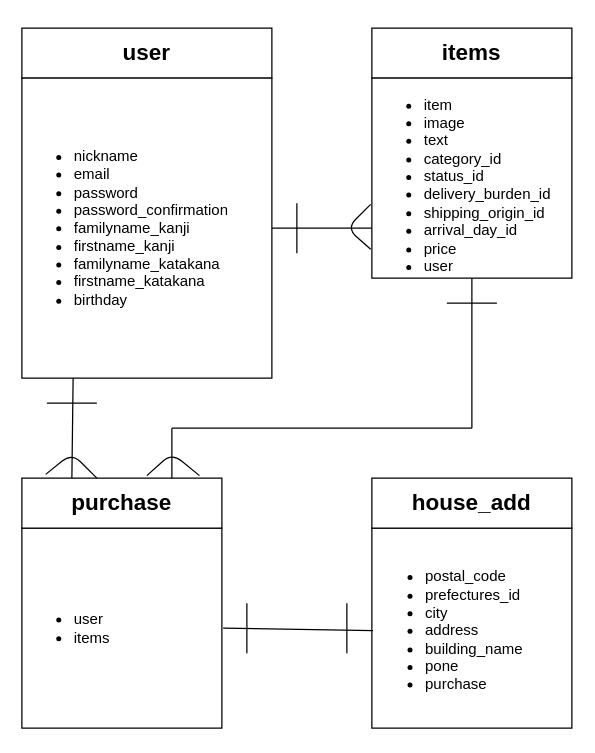
This is furima.drawio from teruan777/furima_28422, a draw.io file, before an edit. Source tidied: cells renumbered, new cells numbered last; positions are measured from the earlier drawing's top-left corner, leaving out a move shared by most shapes. Both pictures are drawn from the tidied source at 125%, with x=0, y=0 at pixel (21, 28).
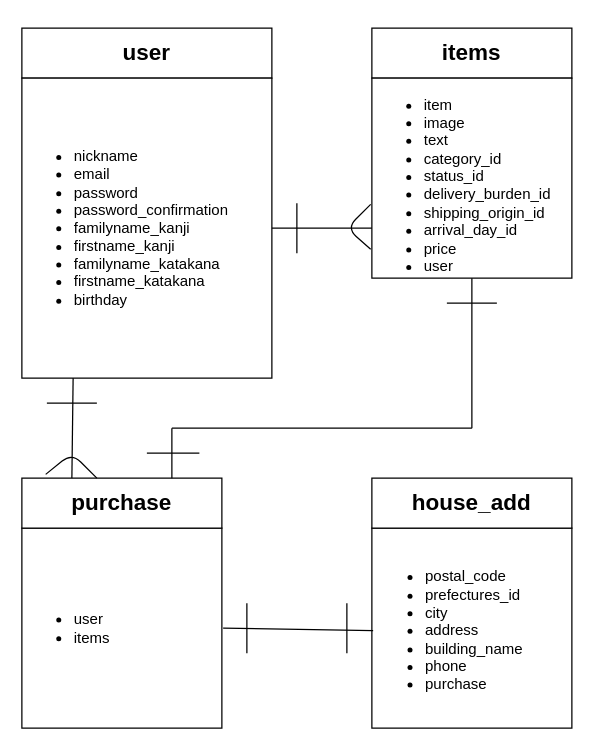
Above is the later version.

Commit message (it also covers changes not shown here):
アソシエーションの修正

その他記述の不備修正

Unchanged cells that the change refers to:
```xml
<mxCell id="6" value="&lt;h2&gt;purchase&lt;/h2&gt;" style="rounded=0;whiteSpace=wrap;html=1;" parent="1" vertex="1">
  <mxGeometry y="360" width="160" height="40" as="geometry" />
</mxCell>
```

The edit, as a diff of the source:
```diff
@@
-    <mxCell id="19" value="&lt;ul&gt;&lt;li&gt;postal_code&lt;/li&gt;&lt;li&gt;prefectures_id&lt;/li&gt;&lt;li&gt;city&lt;/li&gt;&lt;li&gt;address&lt;/li&gt;&lt;li&gt;building_name&lt;/li&gt;&lt;li&gt;pone&lt;/li&gt;&lt;li&gt;purchase&lt;/li&gt;&lt;/ul&gt;" style="text;strokeColor=none;fillColor=none;html=1;whiteSpace=wrap;verticalAlign=middle;overflow=hidden;" parent="1" vertex="1">
+    <mxCell id="19" value="&lt;ul&gt;&lt;li&gt;postal_code&lt;/li&gt;&lt;li&gt;prefectures_id&lt;/li&gt;&lt;li&gt;city&lt;/li&gt;&lt;li&gt;address&lt;/li&gt;&lt;li&gt;building_name&lt;/li&gt;&lt;li&gt;phone&lt;/li&gt;&lt;li&gt;purchase&lt;/li&gt;&lt;/ul&gt;" style="text;strokeColor=none;fillColor=none;html=1;whiteSpace=wrap;verticalAlign=middle;overflow=hidden;" parent="1" vertex="1">
       <mxGeometry x="281" y="402" width="160" height="160" as="geometry" />
     </mxCell>
@@
-    <mxCell id="27" style="endArrow=none;html=1;entryX=0.888;entryY=-0.05;entryDx=0;entryDy=0;entryPerimeter=0;exitX=0.625;exitY=-0.05;exitDx=0;exitDy=0;exitPerimeter=0;" parent="1" edge="1" source="6" target="6">
+    <mxCell id="27" style="endArrow=none;html=1;" parent="1" edge="1">
       <mxGeometry relative="1" as="geometry">
+        <mxPoint x="100" y="340" as="sourcePoint" />
+        <mxPoint x="142" y="340" as="targetPoint" />
         <Array as="points">
           <mxPoint x="120" y="340" />
         </Array>
       </mxGeometry>
     </mxCell>
```
